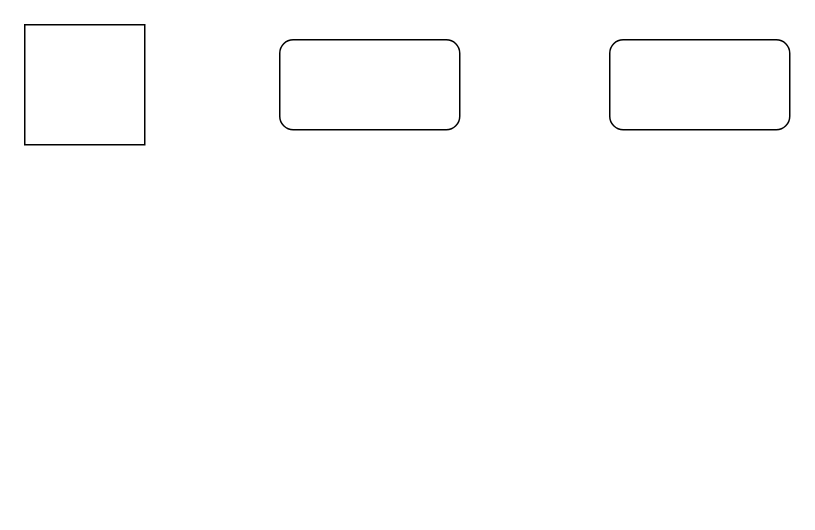
Before: 未命名绘图.drawio in saltwu/temp01, a draw.io diagram. Source tidied: cells renumbered, new cells numbered last; positions are measured from the earlier drawing's top-left corner, leaving out a move shared by most shapes. Both pictures are drawn from the tidied source at 150%, with x=0, y=0 at pixel (24, 24).
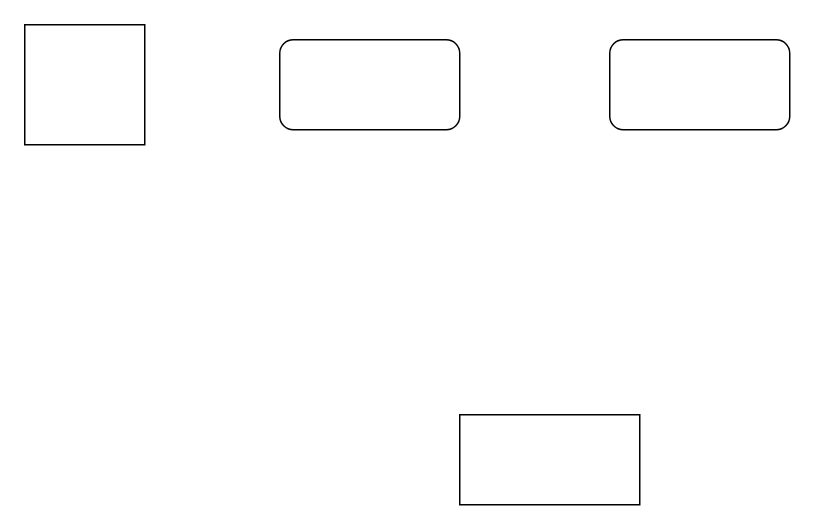
Above is the later version.

Commit message:
更新未命名绘图.drawio

The edit, as a diff of the source:
```diff
@@
 <mxGraphModel>
   <root>
     <mxCell id="0" />
     <mxCell id="1" parent="0" />
     <mxCell id="2" style="whiteSpace=wrap;html=1;" parent="1" vertex="1">
       <mxGeometry width="80" height="80" as="geometry" />
     </mxCell>
     <mxCell id="3" style="rounded=1;whiteSpace=wrap;html=1;" parent="1" vertex="1">
       <mxGeometry x="390" y="10" width="120" height="60" as="geometry" />
     </mxCell>
     <mxCell id="4" style="rounded=1;whiteSpace=wrap;html=1;" parent="1" vertex="1">
       <mxGeometry x="170" y="10" width="120" height="60" as="geometry" />
     </mxCell>
+    <mxCell id="5" style="whiteSpace=wrap;html=1;" parent="1" vertex="1">
+      <mxGeometry x="290" y="260" width="120" height="60" as="geometry" />
+    </mxCell>
   </root>
 </mxGraphModel>
```
